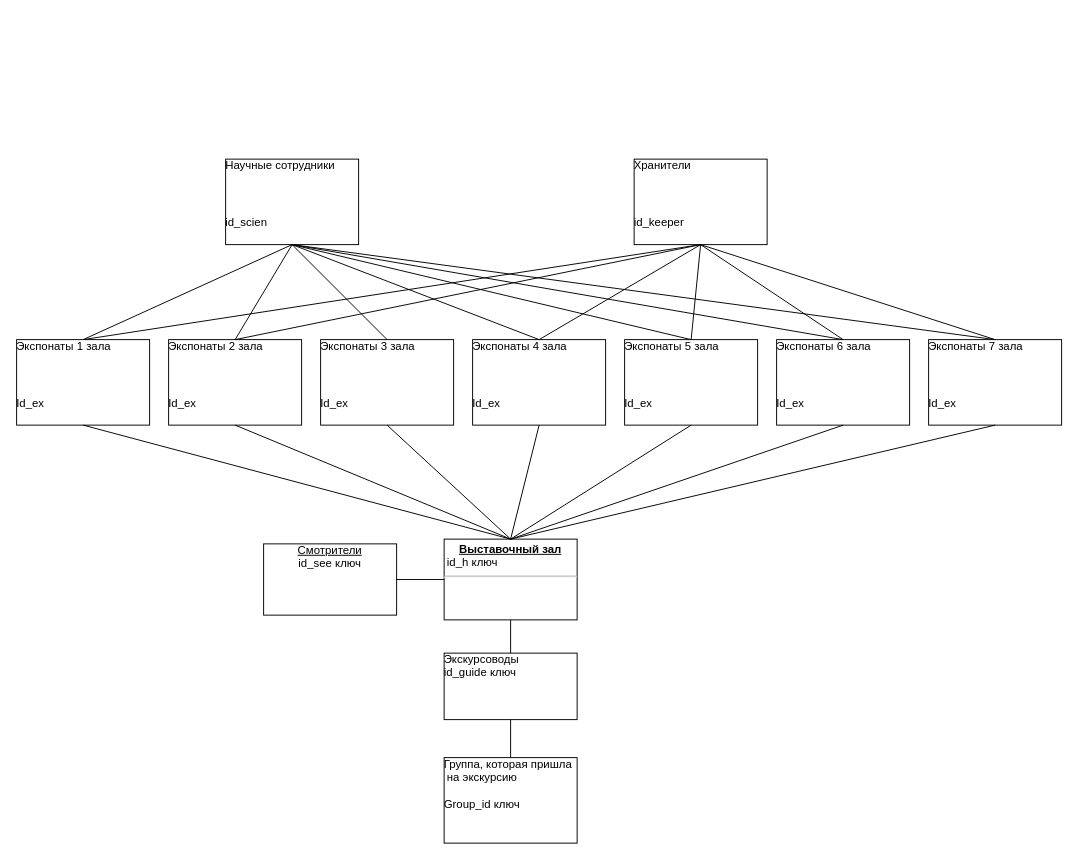
This is Диаграмма без названия.drawio from M3Z9/test, a draw.io file, before an edit. Source tidied: cells renumbered, new cells numbered last; positions are measured from the earlier drawing's top-left corner, leaving out a move shared by most shapes. Both pictures are drawn from the tidied source at 95%, with x=0, y=0 at pixel (16, 159).
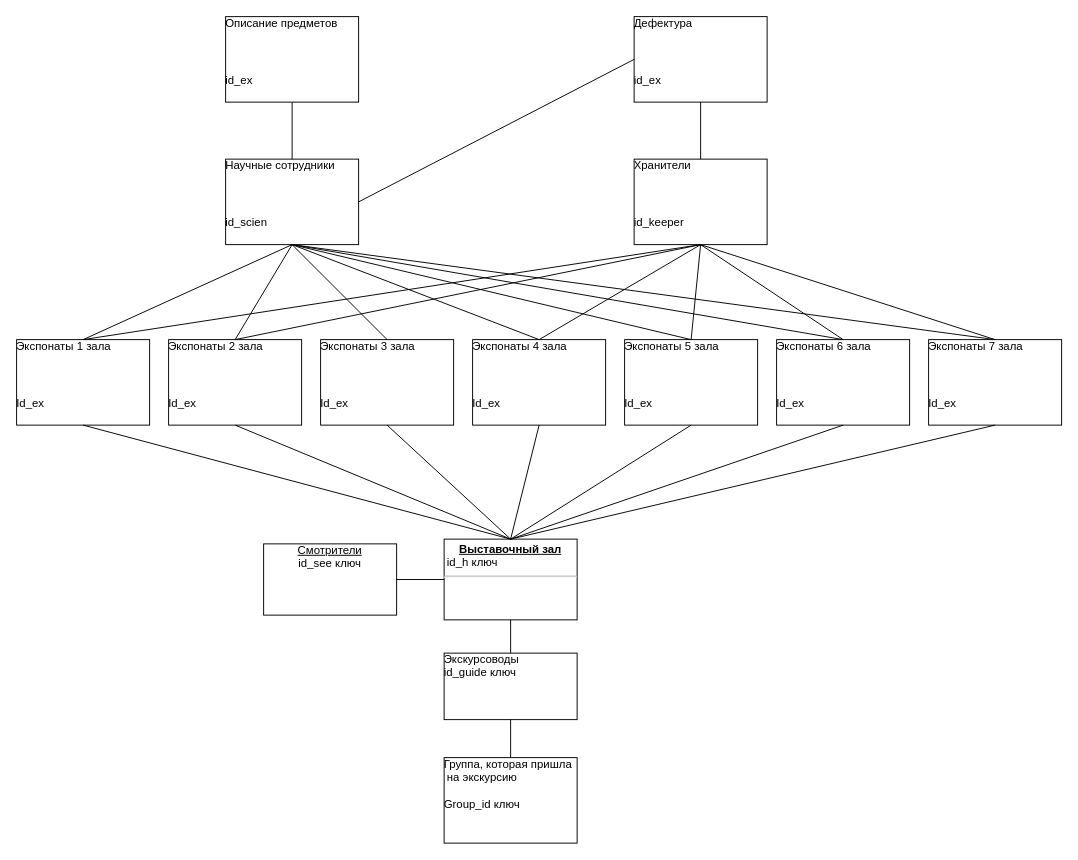
The same page after the edit.

Unchanged cells that the change refers to:
```xml
<mxCell id="23" value="Научные сотрудники &lt;br&gt;&lt;br&gt;&lt;table width=&quot;116&quot; cellspacing=&quot;0&quot; cellpadding=&quot;0&quot; border=&quot;0&quot;&gt;&lt;colgroup&gt;&lt;col width=&quot;116&quot;&gt;&lt;/colgroup&gt;&lt;tbody&gt;&lt;tr height=&quot;20&quot;&gt;&lt;br/&gt;  &lt;td style=&quot;height:15.0pt;width:87pt&quot; class=&quot;xl65&quot; width=&quot;116&quot; height=&quot;20&quot;&gt;id_scien&lt;/td&gt;&lt;br/&gt;&lt;/tr&gt;&lt;/tbody&gt;&lt;/table&gt;" style="verticalAlign=top;align=left;overflow=fill;fontSize=12;fontFamily=Helvetica;html=1;rounded=0;shadow=0;comic=0;labelBackgroundColor=none;strokeWidth=1;" parent="1" vertex="1">
  <mxGeometry x="220" width="140" height="90" as="geometry" />
</mxCell>
<mxCell id="24" value="Хранители&lt;br&gt;&lt;br&gt;&lt;table width=&quot;125&quot; cellspacing=&quot;0&quot; cellpadding=&quot;0&quot; border=&quot;0&quot;&gt;&lt;colgroup&gt;&lt;col width=&quot;125&quot;&gt;&lt;/colgroup&gt;&lt;tbody&gt;&lt;tr height=&quot;20&quot;&gt;&lt;br/&gt;  &lt;td style=&quot;height:15.0pt;width:94pt&quot; class=&quot;xl65&quot; width=&quot;125&quot; height=&quot;20&quot;&gt;id_keeper&lt;/td&gt;&lt;br/&gt;&lt;/tr&gt;&lt;/tbody&gt;&lt;/table&gt;" style="verticalAlign=top;align=left;overflow=fill;fontSize=12;fontFamily=Helvetica;html=1;rounded=0;shadow=0;comic=0;labelBackgroundColor=none;strokeWidth=1;" parent="1" vertex="1">
  <mxGeometry x="650" width="140" height="90" as="geometry" />
</mxCell>
```

Diff of the diagram source:
```diff
@@
+    <mxCell id="38" style="endArrow=none;html=1;rounded=0;exitX=0.5;exitY=0;exitDx=0;exitDy=0;" parent="1" edge="1" source="23">
+      <mxGeometry relative="1" as="geometry">
+        <mxPoint x="290" y="-60" as="targetPoint" />
+      </mxGeometry>
+    </mxCell>
+    <mxCell id="39" value="Описание предметов&lt;br&gt;&lt;br&gt;&lt;br&gt;&lt;br&gt;&lt;table width=&quot;116&quot; cellspacing=&quot;0&quot; cellpadding=&quot;0&quot; border=&quot;0&quot;&gt;&lt;colgroup&gt;&lt;col width=&quot;116&quot;&gt;&lt;/colgroup&gt;&lt;tbody&gt;&lt;tr height=&quot;20&quot;&gt;  &lt;td style=&quot;height:15.0pt;width:87pt&quot; class=&quot;xl65&quot; width=&quot;116&quot; height=&quot;20&quot;&gt;id_ex&lt;br&gt;&lt;/td&gt;&lt;/tr&gt;&lt;/tbody&gt;&lt;/table&gt;" style="verticalAlign=top;align=left;overflow=fill;fontSize=12;fontFamily=Helvetica;html=1;rounded=0;shadow=0;comic=0;labelBackgroundColor=none;strokeWidth=1;" parent="1" vertex="1">
+      <mxGeometry x="220" y="-150" width="140" height="90" as="geometry" />
+    </mxCell>
+    <mxCell id="40" value="Дефектура&lt;br&gt;&lt;br&gt;&lt;br&gt;&lt;br&gt;&lt;table width=&quot;116&quot; cellspacing=&quot;0&quot; cellpadding=&quot;0&quot; border=&quot;0&quot;&gt;&lt;colgroup&gt;&lt;col width=&quot;116&quot;&gt;&lt;/colgroup&gt;&lt;tbody&gt;&lt;tr height=&quot;20&quot;&gt;  &lt;td style=&quot;height:15.0pt;width:87pt&quot; class=&quot;xl65&quot; width=&quot;116&quot; height=&quot;20&quot;&gt;id_ex&lt;br&gt;&lt;/td&gt;&lt;/tr&gt;&lt;/tbody&gt;&lt;/table&gt;" style="verticalAlign=top;align=left;overflow=fill;fontSize=12;fontFamily=Helvetica;html=1;rounded=0;shadow=0;comic=0;labelBackgroundColor=none;strokeWidth=1;" parent="1" vertex="1">
+      <mxGeometry x="650" y="-150" width="140" height="90" as="geometry" />
+    </mxCell>
+    <mxCell id="41" style="endArrow=none;html=1;rounded=0;entryX=0.5;entryY=1;entryDx=0;entryDy=0;exitX=0.5;exitY=0;exitDx=0;exitDy=0;" parent="1" edge="1" source="24" target="40">
+      <mxGeometry relative="1" as="geometry" />
+    </mxCell>
+    <mxCell id="42" style="endArrow=none;html=1;rounded=0;entryX=0;entryY=0.5;entryDx=0;entryDy=0;exitX=1;exitY=0.5;exitDx=0;exitDy=0;" parent="1" edge="1" source="23" target="40">
+      <mxGeometry relative="1" as="geometry" />
+    </mxCell>
```
